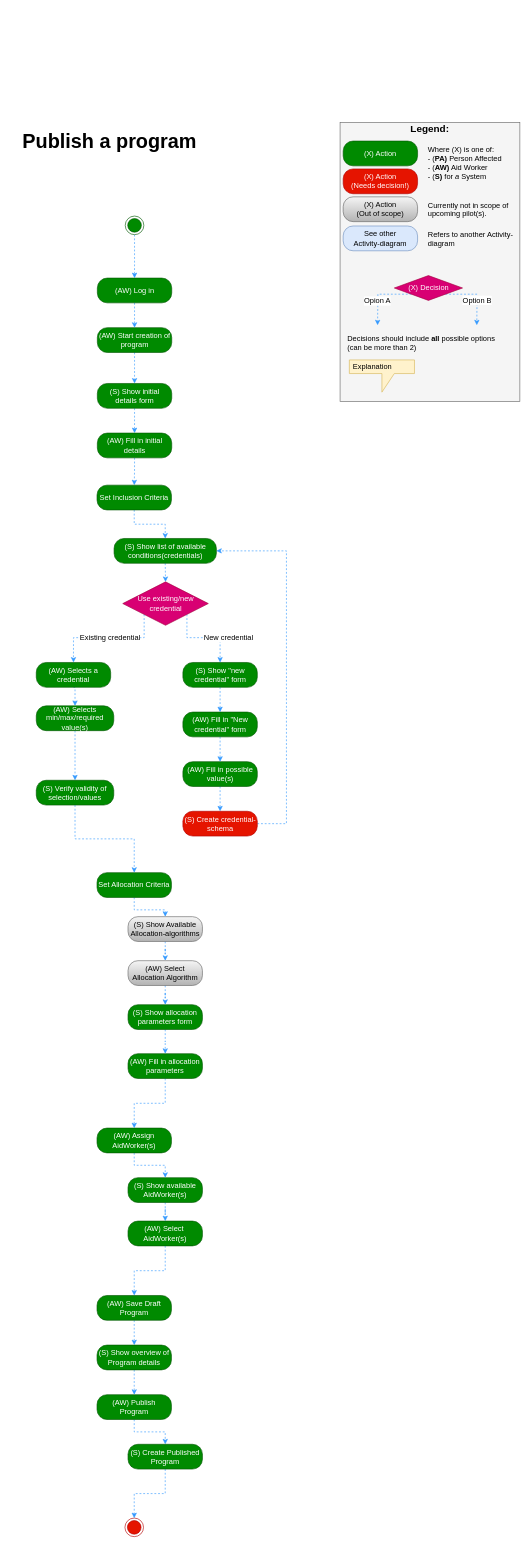
This is Activity Diagrams/Publish a program activity.drawio from nsward/diagrams, a draw.io file, before an edit. Source tidied: cells renumbered, new cells numbered last; positions are measured from the earlier drawing's top-left corner, leaving out a move shared by most shapes. Both pictures are drawn from the tidied source at 62%, with x=0, y=0 at pixel (11, 116).
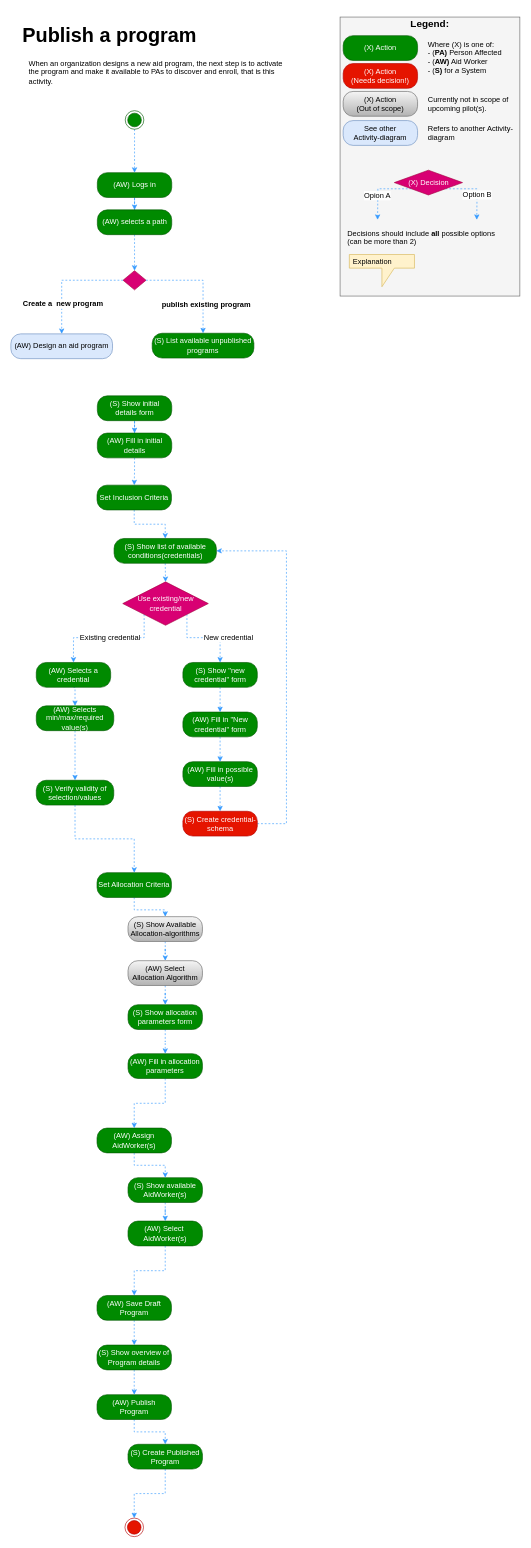
The same diagram, later.

Commit message:
Add design a program step

What changed in the source:
```diff
@@
     <mxCell id="3" style="ellipse;html=1;shape=endState;fillColor=#008a00;strokeColor=#005700;fontColor=#ffffff;" parent="1" vertex="1">
-      <mxGeometry x="183.5" y="161" width="30" height="30" as="geometry" />
+      <mxGeometry x="183.5" y="-9" width="30" height="30" as="geometry" />
     </mxCell>
@@
-    <mxCell id="5" value="(AW) Log in" style="rounded=1;whiteSpace=wrap;html=1;arcSize=40;fillColor=#008a00;strokeColor=#005700;fontColor=#ffffff;" parent="1" vertex="1">
-      <mxGeometry x="138.5" y="261" width="120" height="40" as="geometry" />
+    <mxCell id="5" value="(AW) Logs in" style="rounded=1;whiteSpace=wrap;html=1;arcSize=40;fillColor=#008a00;strokeColor=#005700;fontColor=#ffffff;" parent="1" vertex="1">
+      <mxGeometry x="138.5" y="91" width="120" height="40" as="geometry" />
     </mxCell>
-    <mxCell id="6" style="edgeStyle=orthogonalEdgeStyle;rounded=0;jettySize=auto;html=1;dashed=1;fontColor=#ffffff;strokeColor=#3399FF;" parent="1" edge="1" source="7" target="9">
+    <mxCell id="6" style="edgeStyle=orthogonalEdgeStyle;rounded=0;jettySize=auto;html=1;dashed=1;fontColor=#ffffff;strokeColor=#3399FF;entryX=0.5;entryY=0;entryDx=0;entryDy=0;" parent="1" edge="1" source="82" target="83">
       <mxGeometry relative="1" as="geometry" />
     </mxCell>
+    <mxCell id="77" value="&lt;font color=&quot;#000000&quot;&gt;publish existing program&lt;/font&gt;" style="text;html=1;align=center;verticalAlign=middle;labelBackgroundColor=#ffffff;fontColor=#ffffff;fontStyle=1;" parent="6" vertex="1">
+      <mxGeometry x="-0.37" y="-1" relative="1" as="geometry">
+        <mxPoint x="40.5" y="37.5" as="offset" />
+      </mxGeometry>
+    </mxCell>
+    <mxCell id="78" style="edgeStyle=orthogonalEdgeStyle;rounded=0;jettySize=auto;html=1;entryX=0.5;entryY=0;entryDx=0;entryDy=0;dashed=1;fontColor=#ffffff;strokeColor=#3399FF;" parent="1" edge="1" source="7" target="82">
+      <mxGeometry relative="1" as="geometry" />
+    </mxCell>
-    <mxCell id="7" value="(AW) Start creation of program" style="rounded=1;whiteSpace=wrap;html=1;arcSize=40;fillColor=#008a00;strokeColor=#005700;fontColor=#ffffff;" parent="1" vertex="1">
-      <mxGeometry x="138.5" y="341" width="120" height="40" as="geometry" />
+    <mxCell id="7" value="(AW) selects a path" style="rounded=1;whiteSpace=wrap;html=1;arcSize=40;fillColor=#008a00;strokeColor=#005700;fontColor=#ffffff;" parent="1" vertex="1">
+      <mxGeometry x="138.5" y="151" width="120" height="40" as="geometry" />
     </mxCell>
@@
     <mxCell id="9" value="(S) Show initial details form" style="rounded=1;whiteSpace=wrap;html=1;arcSize=40;fillColor=#008a00;strokeColor=#005700;fontColor=#ffffff;" parent="1" vertex="1">
-      <mxGeometry x="138.5" y="431" width="120" height="40" as="geometry" />
+      <mxGeometry x="138.5" y="451" width="120" height="40" as="geometry" />
     </mxCell>
@@
     <mxCell id="60" style="rounded=0;whiteSpace=wrap;html=1;fontSize=16;align=left;fillColor=#f5f5f5;strokeColor=#666666;fontColor=#333333;" parent="1" vertex="1">
-      <mxGeometry x="530" y="10" width="290" height="450" as="geometry" />
+      <mxGeometry x="530" y="-160" width="290" height="450" as="geometry" />
     </mxCell>
     <mxCell id="61" value="See other&lt;br&gt;Activity-diagram" style="rounded=1;whiteSpace=wrap;html=1;arcSize=40;fillColor=#dae8fc;strokeColor=#6c8ebf;" parent="1" vertex="1">
-      <mxGeometry x="535" y="177" width="120" height="40" as="geometry" />
+      <mxGeometry x="535" y="7" width="120" height="40" as="geometry" />
     </mxCell>
     <mxCell id="62" value="(X) Action&lt;br&gt;" style="rounded=1;whiteSpace=wrap;html=1;arcSize=40;fillColor=#008a00;strokeColor=#005700;fontColor=#ffffff;" parent="1" vertex="1">
-      <mxGeometry x="535" y="40" width="120" height="40" as="geometry" />
+      <mxGeometry x="535" y="-130" width="120" height="40" as="geometry" />
     </mxCell>
     <mxCell id="63" style="edgeStyle=orthogonalEdgeStyle;rounded=0;jettySize=auto;html=1;dashed=1;strokeColor=#3399FF;exitX=0;exitY=1;exitDx=0;exitDy=0;" parent="1" edge="1" source="67">
       <mxGeometry relative="1" as="geometry">
-        <mxPoint x="590.5" y="337" as="targetPoint" />
+        <mxPoint x="590.5" y="167" as="targetPoint" />
       </mxGeometry>
     </mxCell>
@@
     <mxCell id="65" style="edgeStyle=orthogonalEdgeStyle;rounded=0;jettySize=auto;html=1;exitX=1;exitY=1;exitDx=0;exitDy=0;dashed=1;strokeColor=#3399FF;" parent="1" edge="1" source="67">
       <mxGeometry relative="1" as="geometry">
-        <mxPoint x="750.5" y="337" as="targetPoint" />
+        <mxPoint x="750.5" y="167" as="targetPoint" />
       </mxGeometry>
     </mxCell>
@@
     <mxCell id="67" value="&lt;span&gt;(X) Decision&lt;br&gt;&lt;/span&gt;" style="rhombus;whiteSpace=wrap;html=1;fillColor=#d80073;strokeColor=#A50040;fontColor=#ffffff;" parent="1" vertex="1">
-      <mxGeometry x="617.5" y="257" width="110" height="40" as="geometry" />
+      <mxGeometry x="617.5" y="87" width="110" height="40" as="geometry" />
     </mxCell>
     <mxCell id="68" value="(X) Action&lt;br&gt;(Needs decision!)&lt;br&gt;" style="rounded=1;whiteSpace=wrap;html=1;arcSize=40;fillColor=#e51400;strokeColor=#B20000;fontColor=#ffffff;" parent="1" vertex="1">
-      <mxGeometry x="535" y="85" width="120" height="40" as="geometry" />
+      <mxGeometry x="535" y="-85" width="120" height="40" as="geometry" />
     </mxCell>
     <mxCell id="69" value="&lt;div style=&quot;text-align: left ; font-size: 32px&quot;&gt;Publish a program&lt;/div&gt;" style="text;html=1;strokeColor=none;fillColor=none;align=left;verticalAlign=middle;whiteSpace=wrap;rounded=0;fontStyle=1;fontSize=32;spacingLeft=16;" parent="1" vertex="1">
-      <mxGeometry width="518" height="80" as="geometry" />
+      <mxGeometry y="-170" width="518" height="80" as="geometry" />
     </mxCell>
     <mxCell id="70" value="&lt;font style=&quot;font-size: 16px;&quot;&gt;Legend:&lt;/font&gt;" style="text;html=1;strokeColor=none;fillColor=none;align=center;verticalAlign=middle;whiteSpace=wrap;rounded=0;fontSize=16;fontStyle=1;" parent="1" vertex="1">
-      <mxGeometry x="655" y="10" width="40" height="20" as="geometry" />
+      <mxGeometry x="655" y="-160" width="40" height="20" as="geometry" />
     </mxCell>
     <mxCell id="71" value="Where (X) is one of:&lt;br&gt;- (&lt;b&gt;PA)&lt;/b&gt; Person Affected&lt;br&gt;- (&lt;b&gt;AW)&lt;/b&gt; Aid Worker&lt;br&gt;- (&lt;b&gt;S)&lt;/b&gt; for &lt;i&gt;a&lt;/i&gt; System&lt;br&gt;" style="text;html=1;strokeColor=none;fillColor=none;align=left;verticalAlign=top;whiteSpace=wrap;rounded=0;fontSize=12;" parent="1" vertex="1">
-      <mxGeometry x="670" y="40" width="140" height="70" as="geometry" />
+      <mxGeometry x="670" y="-130" width="140" height="70" as="geometry" />
     </mxCell>
     <mxCell id="72" value="Refers to another Activity-diagram&lt;br&gt;" style="text;html=1;strokeColor=none;fillColor=none;align=left;verticalAlign=top;whiteSpace=wrap;rounded=0;fontSize=12;" parent="1" vertex="1">
-      <mxGeometry x="670" y="177" width="140" height="38" as="geometry" />
+      <mxGeometry x="670" y="7" width="140" height="38" as="geometry" />
     </mxCell>
     <mxCell id="73" value="Decisions should include &lt;b&gt;all&lt;/b&gt; possible options (can be more than 2)&lt;br&gt;" style="text;html=1;strokeColor=none;fillColor=none;align=left;verticalAlign=top;whiteSpace=wrap;rounded=0;fontSize=12;" parent="1" vertex="1">
-      <mxGeometry x="540" y="345" width="250" height="38" as="geometry" />
+      <mxGeometry x="540" y="175" width="250" height="38" as="geometry" />
     </mxCell>
     <mxCell id="74" value="&lt;p&gt;Explanation&lt;/p&gt;" style="shape=callout;whiteSpace=wrap;html=1;perimeter=calloutPerimeter;fillColor=#fff2cc;fontSize=12;align=left;strokeColor=#d6b656;spacingLeft=4;" parent="1" vertex="1">
-      <mxGeometry x="545" y="393" width="105" height="52" as="geometry" />
+      <mxGeometry x="545" y="223" width="105" height="52" as="geometry" />
     </mxCell>
     <mxCell id="75" value="(X) Action&lt;br&gt;(Out of scope)&lt;br&gt;" style="rounded=1;whiteSpace=wrap;html=1;arcSize=40;fillColor=#f5f5f5;strokeColor=#666666;gradientColor=#b3b3b3;" parent="1" vertex="1">
-      <mxGeometry x="535" y="130" width="120" height="40" as="geometry" />
+      <mxGeometry x="535" y="-40" width="120" height="40" as="geometry" />
     </mxCell>
     <mxCell id="76" value="Currently not in scope of upcoming pilot(s).&lt;br&gt;" style="text;html=1;strokeColor=none;fillColor=none;align=left;verticalAlign=top;whiteSpace=wrap;rounded=0;fontSize=12;" parent="1" vertex="1">
-      <mxGeometry x="670" y="130" width="140" height="70" as="geometry" />
+      <mxGeometry x="670" y="-40" width="140" height="70" as="geometry" />
     </mxCell>
+    <mxCell id="79" value="&lt;p&gt;When an organization designs a new aid program, the next step is to activate the program and make it available to PAs to discover and enroll, that is this activity.&lt;/p&gt;" style="text;html=1;strokeColor=none;fillColor=none;spacing=8;spacingTop=-20;whiteSpace=wrap;overflow=hidden;rounded=0;align=left;" parent="1" vertex="1">
+      <mxGeometry x="20" y="-97" width="432" height="57" as="geometry" />
+    </mxCell>
+    <mxCell id="80" style="edgeStyle=orthogonalEdgeStyle;rounded=0;jettySize=auto;html=1;exitX=0;exitY=0.5;exitDx=0;exitDy=0;entryX=0.5;entryY=0;entryDx=0;entryDy=0;dashed=1;strokeColor=#3399FF;fontColor=#ffffff;" parent="1" edge="1" source="82" target="84">
+      <mxGeometry relative="1" as="geometry" />
+    </mxCell>
+    <mxCell id="81" value="Create a&amp;nbsp; new program" style="text;html=1;align=center;verticalAlign=middle;labelBackgroundColor=#ffffff;fontColor=#000000;fontStyle=1;" parent="80" vertex="1">
+      <mxGeometry x="0.18" y="1" relative="1" as="geometry">
+        <mxPoint y="28" as="offset" />
+      </mxGeometry>
+    </mxCell>
+    <mxCell id="82" value="&lt;span&gt;&lt;br&gt;&lt;/span&gt;" style="rhombus;whiteSpace=wrap;html=1;fillColor=#d80073;strokeColor=#A50040;fontColor=#ffffff;" parent="1" vertex="1">
+      <mxGeometry x="180" y="249" width="37" height="31" as="geometry" />
+    </mxCell>
+    <mxCell id="83" value="(S) List available unpublished programs" style="rounded=1;whiteSpace=wrap;html=1;arcSize=40;fillColor=#008a00;strokeColor=#005700;fontColor=#ffffff;" parent="1" vertex="1">
+      <mxGeometry x="227" y="350" width="164" height="40" as="geometry" />
+    </mxCell>
+    <mxCell id="84" value="(AW) Design an aid program" style="rounded=1;whiteSpace=wrap;html=1;arcSize=40;fillColor=#dae8fc;strokeColor=#6c8ebf;fontColor=#000000;" parent="1" vertex="1">
+      <mxGeometry x="-1" y="351" width="164" height="40" as="geometry" />
+    </mxCell>
```
